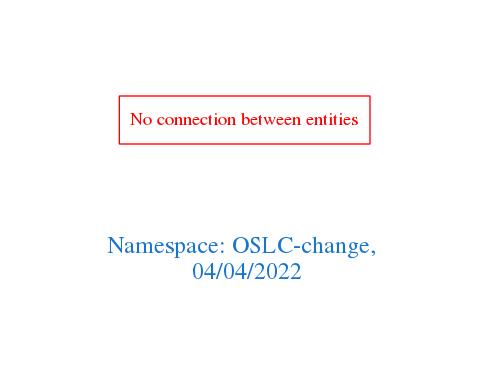
Above: downloads/OSLC-change.png in arago/OGIT (Graphviz), before the change. Its source is kept beside it as downloads/OSLC-change.dot. Its diagram source:
```dot
digraph OGIT_ontology {
 graph [ rankdir= LR,pad=1
fontsize = 18,
fontcolor= dodgerblue3,label = "\n\n\nNamespace: OSLC-change, \n 04/04/2022"];
node[shape=polygon];
edge [  color="gray81"];

"No connection between entities" [fontcolor = "red",color="red", shape="polygon"]
}
```
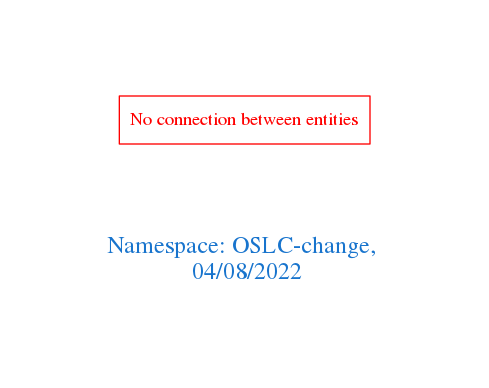
After the change.

The edit, as a diff of the source:
```diff
@@ -1,7 +1,7 @@
 digraph OGIT_ontology {
  graph [ rankdir= LR,pad=1
 fontsize = 18,
-fontcolor= dodgerblue3,label = "\n\n\nNamespace: OSLC-change, \n 04/04/2022"];
+fontcolor= dodgerblue3,label = "\n\n\nNamespace: OSLC-change, \n 04/08/2022"];
 node[shape=polygon];
 edge [  color="gray81"];
 
```
